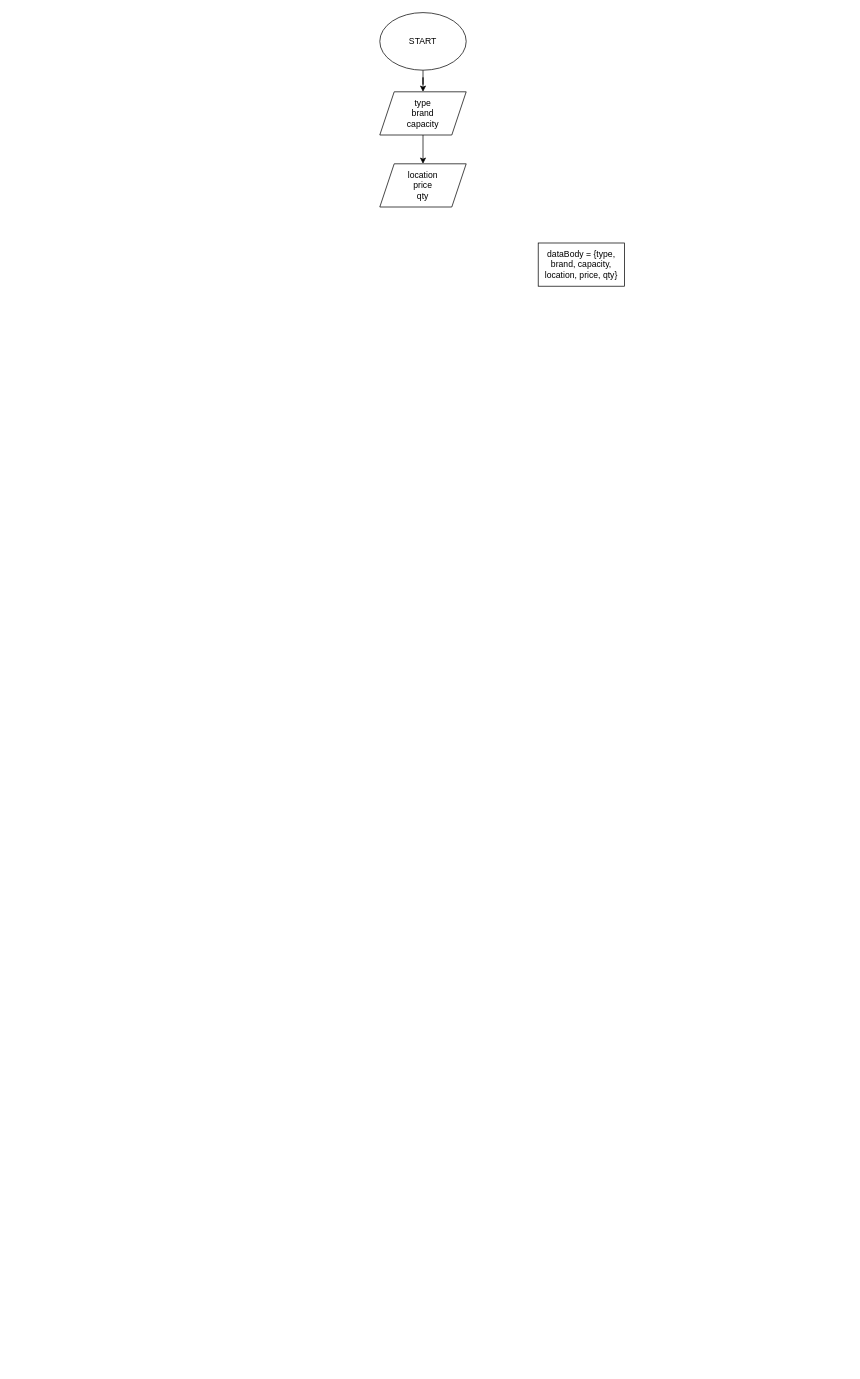
Earlier version of the draw.io diagram page "add vehicle" (4 of 6) of flowchart/vehicles.drawio (rintosaputro/fw5-backend-beginner). Source tidied: cells renumbered, new cells numbered last; positions are measured from the earlier drawing's top-left corner, leaving out a move shared by most shapes. Both pictures are drawn from the tidied source at 72%, with x=0, y=0 at pixel (379, 12).
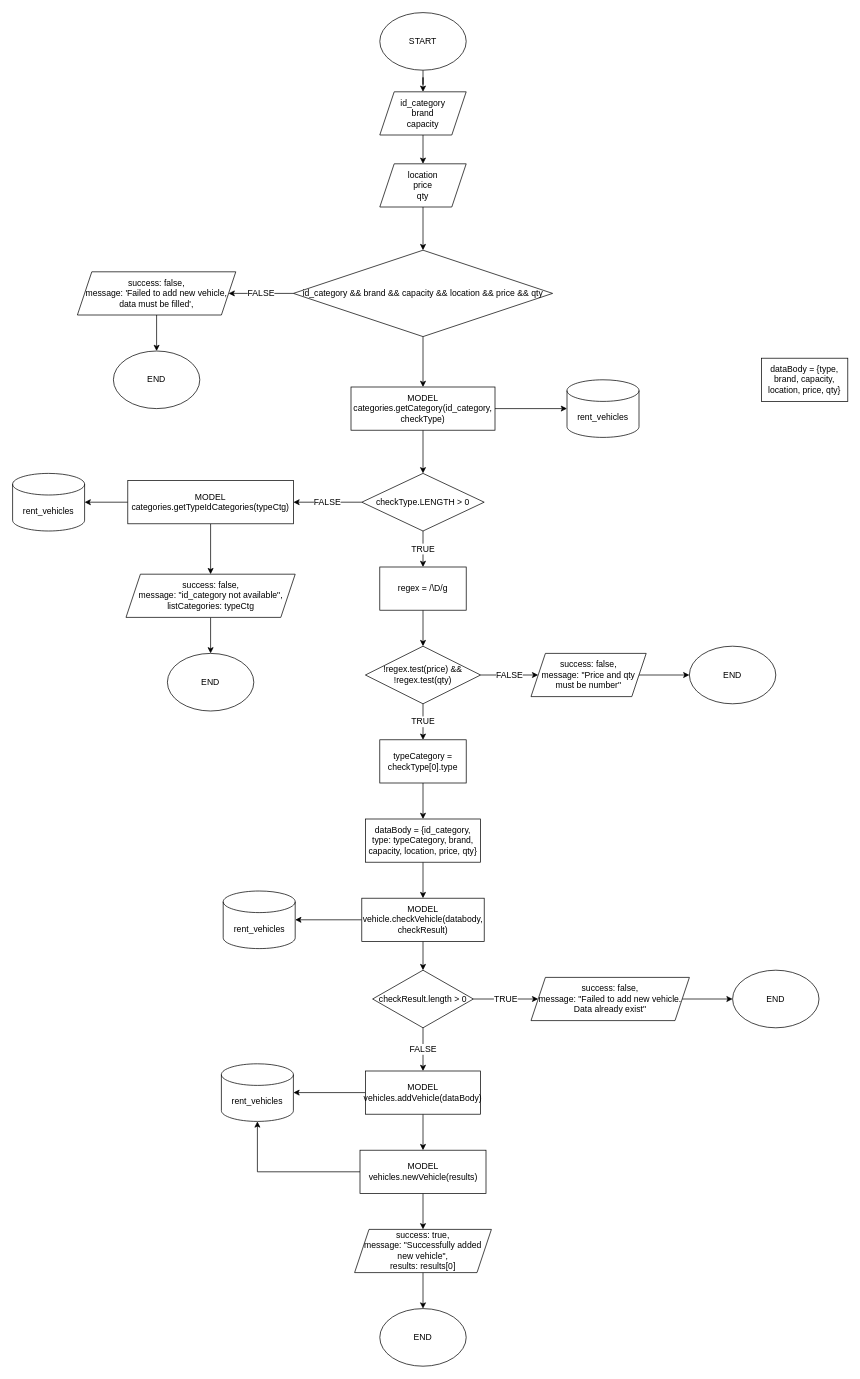
The same page after the edit.

The change refers to these unchanged cells:
```xml
<mxCell id="6" value="location&lt;br&gt;price&lt;br&gt;qty" style="shape=parallelogram;perimeter=parallelogramPerimeter;whiteSpace=wrap;html=1;fixedSize=1;fontSize=12;" parent="1" vertex="1">
  <mxGeometry y="210" width="120" height="60" as="geometry" />
</mxCell>
```

Diff of the diagram source:
```diff
@@
-    <mxCell id="5" value="type&lt;br&gt;brand&lt;br&gt;capacity" style="shape=parallelogram;perimeter=parallelogramPerimeter;whiteSpace=wrap;html=1;fixedSize=1;fontSize=12;" parent="1" vertex="1">
+    <mxCell id="5" value="id_category&lt;br&gt;brand&lt;br&gt;capacity" style="shape=parallelogram;perimeter=parallelogramPerimeter;whiteSpace=wrap;html=1;fixedSize=1;fontSize=12;" parent="1" vertex="1">
       <mxGeometry y="110" width="120" height="60" as="geometry" />
     </mxCell>
+    <mxCell id="8" style="edgeStyle=orthogonalEdgeStyle;rounded=0;jettySize=auto;html=1;fontSize=12;" parent="1" edge="1" source="6" target="11">
+      <mxGeometry relative="1" as="geometry" />
+    </mxCell>
@@
     <mxCell id="7" value="dataBody = {type, brand, capacity, location, price, qty}" style="rounded=0;whiteSpace=wrap;html=1;fontSize=12;" parent="1" vertex="1">
-      <mxGeometry x="220" y="320" width="120" height="60" as="geometry" />
+      <mxGeometry x="530" y="480" width="120" height="60" as="geometry" />
     </mxCell>
+    <mxCell id="9" value="FALSE" style="edgeStyle=orthogonalEdgeStyle;rounded=0;jettySize=auto;html=1;fontSize=12;" parent="1" edge="1" source="11" target="13">
+      <mxGeometry relative="1" as="geometry" />
+    </mxCell>
+    <mxCell id="10" style="edgeStyle=orthogonalEdgeStyle;rounded=0;jettySize=auto;html=1;fontSize=12;" parent="1" edge="1" source="11" target="17">
+      <mxGeometry relative="1" as="geometry" />
+    </mxCell>
+    <mxCell id="11" value="id_category &amp;amp;&amp;amp; brand &amp;amp;&amp;amp; capacity &amp;amp;&amp;amp; location &amp;amp;&amp;amp; price &amp;amp;&amp;amp; qty" style="rhombus;whiteSpace=wrap;html=1;fontSize=12;" parent="1" vertex="1">
+      <mxGeometry x="-120" y="330" width="360" height="120" as="geometry" />
+    </mxCell>
+    <mxCell id="12" style="edgeStyle=orthogonalEdgeStyle;rounded=0;jettySize=auto;html=1;fontSize=12;" parent="1" edge="1" source="13" target="14">
+      <mxGeometry relative="1" as="geometry" />
+    </mxCell>
+    <mxCell id="13" value="success: false,&lt;br&gt;message:&amp;nbsp;'Failed to add new vehicle, data must be filled'," style="shape=parallelogram;perimeter=parallelogramPerimeter;whiteSpace=wrap;html=1;fixedSize=1;fontSize=12;" parent="1" vertex="1">
+      <mxGeometry x="-420" y="360" width="220" height="60" as="geometry" />
+    </mxCell>
+    <mxCell id="14" value="END" style="ellipse;whiteSpace=wrap;html=1;fontSize=12;" parent="1" vertex="1">
+      <mxGeometry x="-370" y="470" width="120" height="80" as="geometry" />
+    </mxCell>
+    <mxCell id="15" style="edgeStyle=orthogonalEdgeStyle;rounded=0;jettySize=auto;html=1;fontSize=12;" parent="1" edge="1" source="17" target="18">
+      <mxGeometry relative="1" as="geometry" />
+    </mxCell>
+    <mxCell id="16" style="edgeStyle=orthogonalEdgeStyle;rounded=0;jettySize=auto;html=1;fontSize=12;" parent="1" edge="1" source="17" target="21">
+      <mxGeometry relative="1" as="geometry" />
+    </mxCell>
+    <mxCell id="17" value="MODEL&lt;br&gt;categories.getCategory(id_category, checkType)" style="rounded=0;whiteSpace=wrap;html=1;fontSize=12;" parent="1" vertex="1">
+      <mxGeometry x="-40" y="520" width="200" height="60" as="geometry" />
+    </mxCell>
+    <mxCell id="18" value="rent_vehicles" style="shape=cylinder3;whiteSpace=wrap;html=1;boundedLbl=1;backgroundOutline=1;size=15;fontSize=12;" parent="1" vertex="1">
+      <mxGeometry x="260" y="510" width="100" height="80" as="geometry" />
+    </mxCell>
+    <mxCell id="19" value="FALSE" style="edgeStyle=orthogonalEdgeStyle;rounded=0;jettySize=auto;html=1;fontSize=12;" parent="1" edge="1" source="21" target="24">
+      <mxGeometry relative="1" as="geometry" />
+    </mxCell>
+    <mxCell id="20" value="TRUE" style="edgeStyle=orthogonalEdgeStyle;rounded=0;jettySize=auto;html=1;fontSize=12;" parent="1" edge="1" source="21" target="30">
+      <mxGeometry relative="1" as="geometry" />
+    </mxCell>
+    <mxCell id="21" value="checkType.LENGTH &amp;gt; 0" style="rhombus;whiteSpace=wrap;html=1;fontSize=12;" parent="1" vertex="1">
+      <mxGeometry x="-25" y="640" width="170" height="80" as="geometry" />
+    </mxCell>
+    <mxCell id="22" style="edgeStyle=orthogonalEdgeStyle;rounded=0;jettySize=auto;html=1;fontSize=12;" parent="1" edge="1" source="24" target="25">
+      <mxGeometry relative="1" as="geometry" />
+    </mxCell>
+    <mxCell id="23" style="edgeStyle=orthogonalEdgeStyle;rounded=0;jettySize=auto;html=1;fontSize=12;" parent="1" edge="1" source="24" target="27">
+      <mxGeometry relative="1" as="geometry" />
+    </mxCell>
+    <mxCell id="24" value="MODEL&lt;br&gt;categories.getTypeIdCategories(typeCtg)" style="rounded=0;whiteSpace=wrap;html=1;fontSize=12;" parent="1" vertex="1">
+      <mxGeometry x="-350" y="650" width="230" height="60" as="geometry" />
+    </mxCell>
+    <mxCell id="25" value="rent_vehicles" style="shape=cylinder3;whiteSpace=wrap;html=1;boundedLbl=1;backgroundOutline=1;size=15;fontSize=12;" parent="1" vertex="1">
+      <mxGeometry x="-510" y="640" width="100" height="80" as="geometry" />
+    </mxCell>
+    <mxCell id="26" style="edgeStyle=orthogonalEdgeStyle;rounded=0;jettySize=auto;html=1;fontSize=12;" parent="1" edge="1" source="27" target="28">
+      <mxGeometry relative="1" as="geometry" />
+    </mxCell>
+    <mxCell id="27" value="success: false,&lt;br&gt;message: &quot;id_category not available&quot;,&lt;br&gt;listCategories: typeCtg" style="shape=parallelogram;perimeter=parallelogramPerimeter;whiteSpace=wrap;html=1;fixedSize=1;fontSize=12;" parent="1" vertex="1">
+      <mxGeometry x="-352.5" y="780" width="235" height="60" as="geometry" />
+    </mxCell>
+    <mxCell id="28" value="END" style="ellipse;whiteSpace=wrap;html=1;fontSize=12;" parent="1" vertex="1">
+      <mxGeometry x="-295" y="890" width="120" height="80" as="geometry" />
+    </mxCell>
+    <mxCell id="29" style="edgeStyle=orthogonalEdgeStyle;rounded=0;jettySize=auto;html=1;fontSize=12;" parent="1" edge="1" source="30" target="33">
+      <mxGeometry relative="1" as="geometry" />
+    </mxCell>
+    <mxCell id="30" value="regex = /\D/g" style="rounded=0;whiteSpace=wrap;html=1;fontSize=12;" parent="1" vertex="1">
+      <mxGeometry y="770" width="120" height="60" as="geometry" />
+    </mxCell>
+    <mxCell id="31" value="FALSE" style="edgeStyle=orthogonalEdgeStyle;rounded=0;jettySize=auto;html=1;fontSize=12;" parent="1" edge="1" source="33" target="35">
+      <mxGeometry relative="1" as="geometry" />
+    </mxCell>
+    <mxCell id="32" value="TRUE" style="edgeStyle=orthogonalEdgeStyle;rounded=0;jettySize=auto;html=1;fontSize=12;" parent="1" edge="1" source="33" target="38">
+      <mxGeometry relative="1" as="geometry" />
+    </mxCell>
+    <mxCell id="33" value="!regex.test(price) &amp;amp;&amp;amp; !regex.test(qty)" style="rhombus;whiteSpace=wrap;html=1;fontSize=12;" parent="1" vertex="1">
+      <mxGeometry x="-20" y="880" width="160" height="80" as="geometry" />
+    </mxCell>
+    <mxCell id="34" style="edgeStyle=orthogonalEdgeStyle;rounded=0;jettySize=auto;html=1;fontSize=12;" parent="1" edge="1" source="35" target="36">
+      <mxGeometry relative="1" as="geometry" />
+    </mxCell>
+    <mxCell id="35" value="success: false,&lt;br&gt;message: &quot;Price and qty must be number&quot;" style="shape=parallelogram;perimeter=parallelogramPerimeter;whiteSpace=wrap;html=1;fixedSize=1;fontSize=12;" parent="1" vertex="1">
+      <mxGeometry x="210" y="890" width="160" height="60" as="geometry" />
+    </mxCell>
+    <mxCell id="36" value="END" style="ellipse;whiteSpace=wrap;html=1;fontSize=12;" parent="1" vertex="1">
+      <mxGeometry x="430" y="880" width="120" height="80" as="geometry" />
+    </mxCell>
+    <mxCell id="37" style="edgeStyle=orthogonalEdgeStyle;rounded=0;jettySize=auto;html=1;fontSize=12;" parent="1" edge="1" source="38" target="40">
+      <mxGeometry relative="1" as="geometry" />
+    </mxCell>
+    <mxCell id="38" value="typeCategory = checkType[0].type" style="rounded=0;whiteSpace=wrap;html=1;fontSize=12;" parent="1" vertex="1">
+      <mxGeometry y="1010" width="120" height="60" as="geometry" />
+    </mxCell>
+    <mxCell id="39" style="edgeStyle=orthogonalEdgeStyle;rounded=0;jettySize=auto;html=1;fontSize=12;" parent="1" edge="1" source="40" target="43">
+      <mxGeometry relative="1" as="geometry" />
+    </mxCell>
+    <mxCell id="40" value="dataBody = {id_category, type: typeCategory, brand, capacity, location, price, qty}" style="rounded=0;whiteSpace=wrap;html=1;fontSize=12;" parent="1" vertex="1">
+      <mxGeometry x="-20" y="1120" width="160" height="60" as="geometry" />
+    </mxCell>
+    <mxCell id="41" style="edgeStyle=orthogonalEdgeStyle;rounded=0;jettySize=auto;html=1;fontSize=12;" parent="1" edge="1" source="43" target="44">
+      <mxGeometry relative="1" as="geometry" />
+    </mxCell>
+    <mxCell id="42" style="edgeStyle=orthogonalEdgeStyle;rounded=0;jettySize=auto;html=1;fontSize=12;" parent="1" edge="1" source="43" target="47">
+      <mxGeometry relative="1" as="geometry" />
+    </mxCell>
+    <mxCell id="43" value="MODEL&lt;br&gt;vehicle.checkVehicle(databody, checkResult)" style="rounded=0;whiteSpace=wrap;html=1;fontSize=12;" parent="1" vertex="1">
+      <mxGeometry x="-25" y="1230" width="170" height="60" as="geometry" />
+    </mxCell>
+    <mxCell id="44" value="rent_vehicles" style="shape=cylinder3;whiteSpace=wrap;html=1;boundedLbl=1;backgroundOutline=1;size=15;fontSize=12;" parent="1" vertex="1">
+      <mxGeometry x="-217.5" y="1220" width="100" height="80" as="geometry" />
+    </mxCell>
+    <mxCell id="45" value="TRUE" style="edgeStyle=orthogonalEdgeStyle;rounded=0;jettySize=auto;html=1;fontSize=12;" parent="1" edge="1" source="47" target="49">
+      <mxGeometry relative="1" as="geometry" />
+    </mxCell>
+    <mxCell id="46" value="FALSE" style="edgeStyle=orthogonalEdgeStyle;rounded=0;jettySize=auto;html=1;fontSize=12;" parent="1" edge="1" source="47" target="52">
+      <mxGeometry relative="1" as="geometry" />
+    </mxCell>
+    <mxCell id="47" value="checkResult.length &amp;gt; 0" style="rhombus;whiteSpace=wrap;html=1;fontSize=12;" parent="1" vertex="1">
+      <mxGeometry x="-10" y="1330" width="140" height="80" as="geometry" />
+    </mxCell>
+    <mxCell id="48" style="edgeStyle=orthogonalEdgeStyle;rounded=0;jettySize=auto;html=1;fontSize=12;" parent="1" edge="1" source="49" target="59">
+      <mxGeometry relative="1" as="geometry" />
+    </mxCell>
+    <mxCell id="49" value="success: false,&lt;br&gt;message: &quot;Failed to add new vehicle. Data already exist&quot;" style="shape=parallelogram;perimeter=parallelogramPerimeter;whiteSpace=wrap;html=1;fixedSize=1;fontSize=12;" parent="1" vertex="1">
+      <mxGeometry x="210" y="1340" width="220" height="60" as="geometry" />
+    </mxCell>
+    <mxCell id="50" style="edgeStyle=orthogonalEdgeStyle;rounded=0;jettySize=auto;html=1;entryX=1;entryY=0.5;entryDx=0;entryDy=0;entryPerimeter=0;fontSize=12;" parent="1" edge="1" source="52" target="53">
+      <mxGeometry relative="1" as="geometry" />
+    </mxCell>
+    <mxCell id="51" style="edgeStyle=orthogonalEdgeStyle;rounded=0;jettySize=auto;html=1;fontSize=12;" parent="1" edge="1" source="52" target="56">
+      <mxGeometry relative="1" as="geometry" />
+    </mxCell>
+    <mxCell id="52" value="MODEL&lt;br&gt;vehicles.addVehicle(dataBody)" style="rounded=0;whiteSpace=wrap;html=1;fontSize=12;" parent="1" vertex="1">
+      <mxGeometry x="-20" y="1470" width="160" height="60" as="geometry" />
+    </mxCell>
+    <mxCell id="53" value="rent_vehicles" style="shape=cylinder3;whiteSpace=wrap;html=1;boundedLbl=1;backgroundOutline=1;size=15;fontSize=12;" parent="1" vertex="1">
+      <mxGeometry x="-220" y="1460" width="100" height="80" as="geometry" />
+    </mxCell>
+    <mxCell id="54" style="edgeStyle=orthogonalEdgeStyle;rounded=0;jettySize=auto;html=1;fontSize=12;" parent="1" edge="1" source="56" target="58">
+      <mxGeometry relative="1" as="geometry" />
+    </mxCell>
+    <mxCell id="55" style="edgeStyle=orthogonalEdgeStyle;rounded=0;jettySize=auto;html=1;entryX=0.5;entryY=1;entryDx=0;entryDy=0;entryPerimeter=0;fontSize=12;" parent="1" edge="1" source="56" target="53">
+      <mxGeometry relative="1" as="geometry" />
+    </mxCell>
+    <mxCell id="56" value="MODEL&lt;br&gt;vehicles.newVehicle(results)" style="rounded=0;whiteSpace=wrap;html=1;fontSize=12;" parent="1" vertex="1">
+      <mxGeometry x="-27.5" y="1580" width="175" height="60" as="geometry" />
+    </mxCell>
+    <mxCell id="57" style="edgeStyle=orthogonalEdgeStyle;rounded=0;jettySize=auto;html=1;fontSize=12;" parent="1" edge="1" source="58" target="60">
+      <mxGeometry relative="1" as="geometry" />
+    </mxCell>
+    <mxCell id="58" value="success: true,&lt;br&gt;message: &quot;Successfully added new vehicle&quot;,&lt;br&gt;results: results[0]" style="shape=parallelogram;perimeter=parallelogramPerimeter;whiteSpace=wrap;html=1;fixedSize=1;fontSize=12;" parent="1" vertex="1">
+      <mxGeometry x="-35" y="1690" width="190" height="60" as="geometry" />
+    </mxCell>
+    <mxCell id="59" value="END" style="ellipse;whiteSpace=wrap;html=1;fontSize=12;" parent="1" vertex="1">
+      <mxGeometry x="490" y="1330" width="120" height="80" as="geometry" />
+    </mxCell>
+    <mxCell id="60" value="END" style="ellipse;whiteSpace=wrap;html=1;fontSize=12;" parent="1" vertex="1">
+      <mxGeometry y="1800" width="120" height="80" as="geometry" />
+    </mxCell>
```
